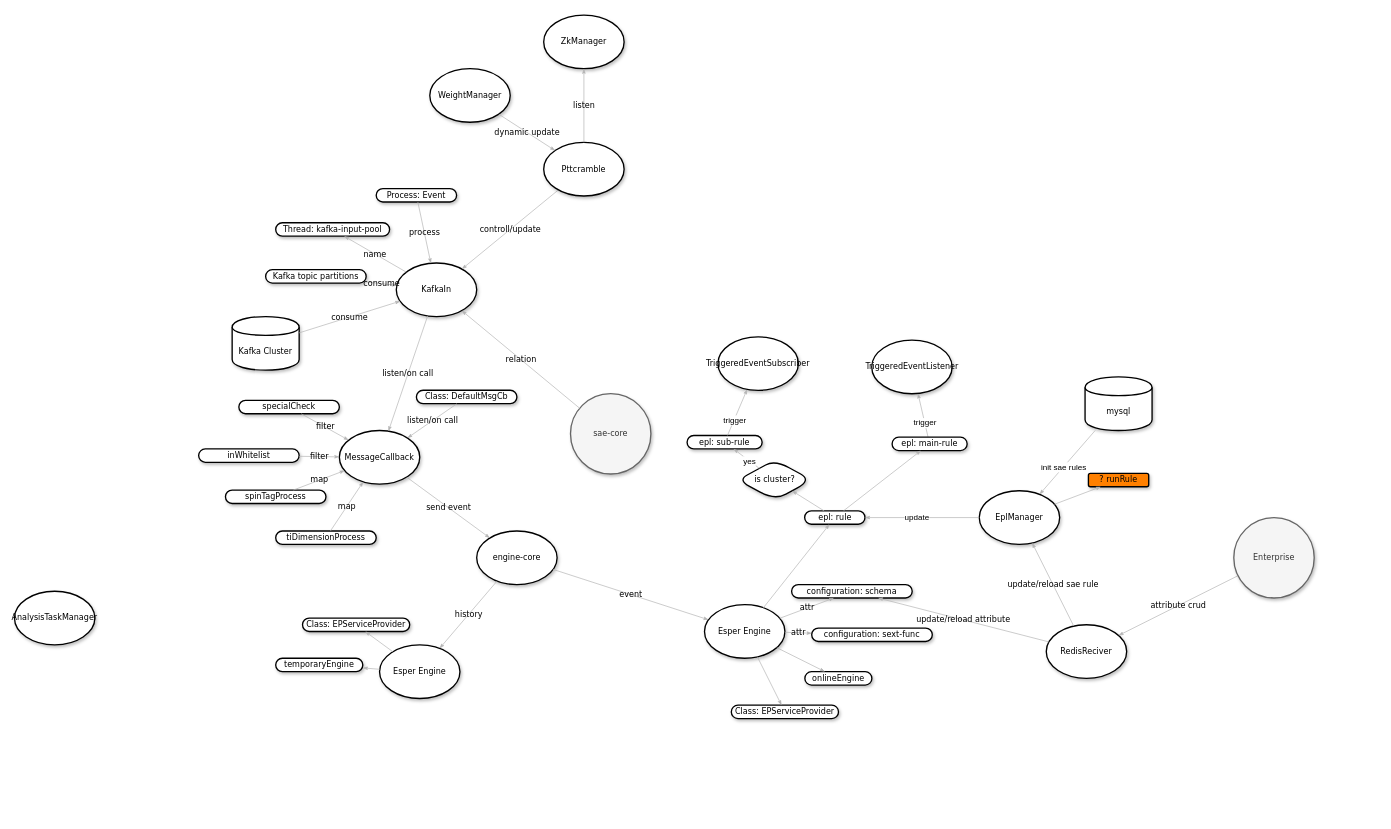
popvlovs/popvlovs-repository keeps this draw.io diagram as hansight-sae-core-concept.drawio. Above is the earlier version. Source tidied: cells renumbered, new cells numbered last; positions are measured from the earlier drawing's top-left corner, leaving out a move shared by most shapes. Both pictures are drawn from the tidied source at 67%, with x=0, y=0 at pixel (14, 15).
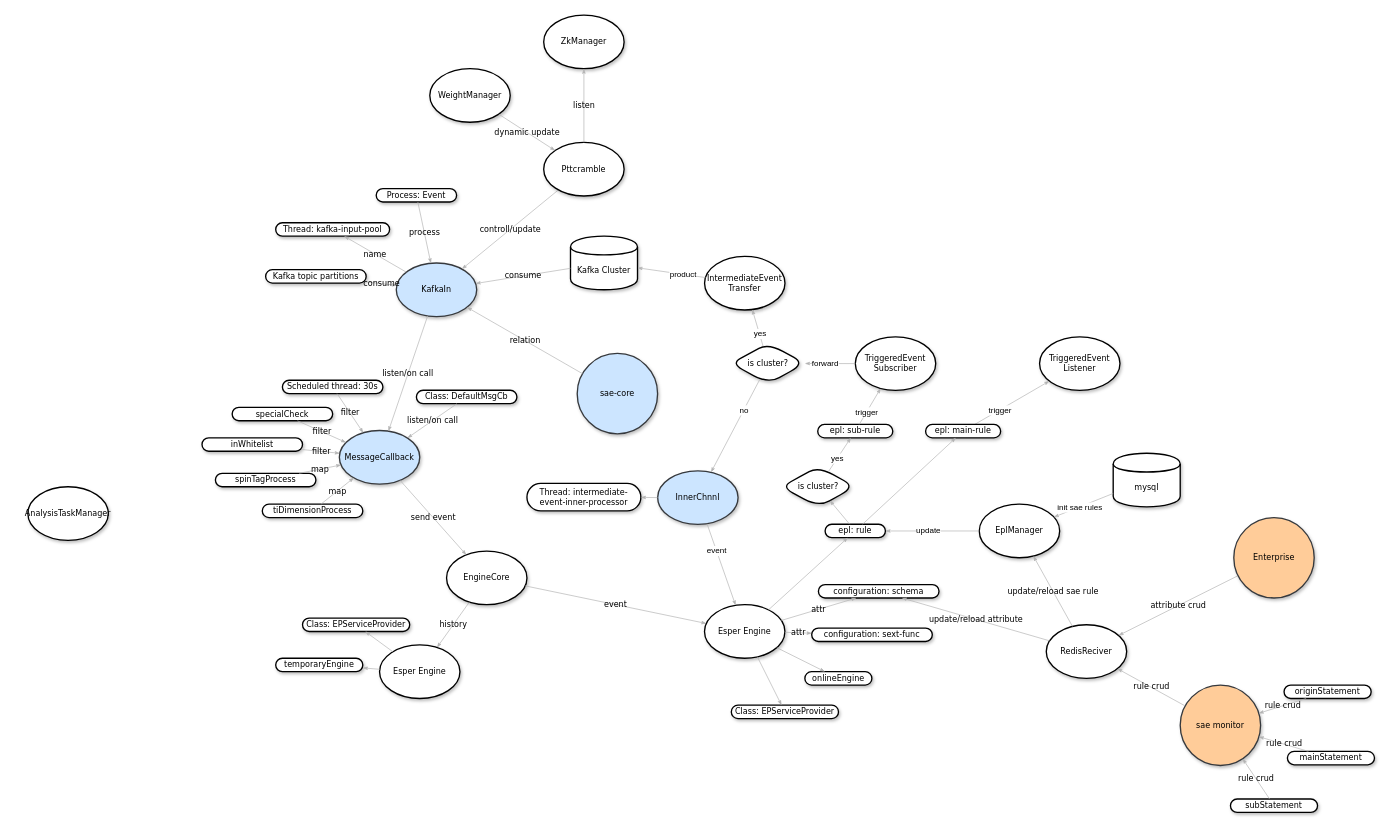
The same diagram, later.

The change refers to these unchanged cells:
```xml
<mxCell id="36" value="Esper Engine" style="ellipse;whiteSpace=wrap;html=1;rounded=1;shadow=1;comic=0;labelBackgroundColor=none;strokeColor=#000000;strokeWidth=2;fillColor=#FFFFFF;fontFamily=Verdana;fontSize=12;fontColor=#000000;align=center;" parent="1" vertex="1">
  <mxGeometry x="1030" y="880" width="120" height="80" as="geometry" />
</mxCell>
<mxCell id="46" value="RedisReciver" style="ellipse;whiteSpace=wrap;html=1;rounded=1;shadow=1;comic=0;labelBackgroundColor=none;strokeColor=#000000;strokeWidth=2;fillColor=#FFFFFF;fontFamily=Verdana;fontSize=12;fontColor=#000000;align=center;" parent="1" vertex="1">
  <mxGeometry x="1540.1" y="910" width="120" height="80" as="geometry" />
</mxCell>
```

Diff of the diagram source:
```diff
@@
-    <mxCell id="2" value="KafkaIn" style="ellipse;whiteSpace=wrap;html=1;rounded=1;shadow=1;comic=0;labelBackgroundColor=none;strokeColor=#000000;strokeWidth=2;fillColor=#FFFFFF;fontFamily=Verdana;fontSize=12;fontColor=#000000;align=center;" parent="1" vertex="1">
+    <mxCell id="2" value="KafkaIn" style="ellipse;whiteSpace=wrap;html=1;rounded=1;shadow=1;comic=0;labelBackgroundColor=none;strokeColor=#36393d;strokeWidth=2;fillColor=#cce5ff;fontFamily=Verdana;fontSize=12;align=center;" parent="1" vertex="1">
       <mxGeometry x="570" y="370" width="120" height="80" as="geometry" />
     </mxCell>
-    <mxCell id="3" value="sae-core&lt;br&gt;" style="ellipse;whiteSpace=wrap;html=1;rounded=1;shadow=1;comic=0;labelBackgroundColor=none;strokeColor=#666666;strokeWidth=2;fillColor=#f5f5f5;fontFamily=Verdana;fontSize=12;fontColor=#333333;align=center;" parent="1" vertex="1">
-      <mxGeometry x="830" y="565" width="120" height="120" as="geometry" />
+    <mxCell id="3" value="sae-core&lt;br&gt;" style="ellipse;whiteSpace=wrap;html=1;rounded=1;shadow=1;comic=0;labelBackgroundColor=none;strokeColor=#36393d;strokeWidth=2;fillColor=#cce5ff;fontFamily=Verdana;fontSize=12;align=center;" parent="1" vertex="1">
+      <mxGeometry x="840" y="505" width="120" height="120" as="geometry" />
     </mxCell>
@@
-    <mxCell id="10" value="MessageCallback" style="ellipse;whiteSpace=wrap;html=1;rounded=1;shadow=1;comic=0;labelBackgroundColor=none;strokeColor=#000000;strokeWidth=2;fillColor=#FFFFFF;fontFamily=Verdana;fontSize=12;fontColor=#000000;align=center;" parent="1" vertex="1">
+    <mxCell id="10" value="MessageCallback" style="ellipse;whiteSpace=wrap;html=1;rounded=1;shadow=1;comic=0;labelBackgroundColor=none;strokeColor=#36393d;strokeWidth=2;fillColor=#cce5ff;fontFamily=Verdana;fontSize=12;align=center;" parent="1" vertex="1">
       <mxGeometry x="485" y="620" width="120" height="80" as="geometry" />
     </mxCell>
@@
     <mxCell id="14" value="Kafka Cluster" style="shape=cylinder;whiteSpace=wrap;html=1;boundedLbl=1;backgroundOutline=1;rounded=1;shadow=1;fontFamily=Verdana;strokeWidth=2;fillColor=#FFFFFF;labelBackgroundColor=none;" parent="1" vertex="1">
-      <mxGeometry x="325" y="450" width="100" height="80" as="geometry" />
+      <mxGeometry x="830" y="330" width="100" height="80" as="geometry" />
     </mxCell>
@@
     <mxCell id="18" value="AnalysisTaskManager" style="ellipse;whiteSpace=wrap;html=1;rounded=1;shadow=1;comic=0;labelBackgroundColor=none;strokeColor=#000000;strokeWidth=2;fillColor=#FFFFFF;fontFamily=Verdana;fontSize=12;fontColor=#000000;align=center;" parent="1" vertex="1">
-      <mxGeometry x="0.1" y="860" width="120" height="80" as="geometry" />
+      <mxGeometry x="20.1" y="704" width="120" height="80" as="geometry" />
     </mxCell>
@@
-    <mxCell id="24" value="engine-core" style="ellipse;whiteSpace=wrap;html=1;rounded=1;shadow=1;comic=0;labelBackgroundColor=none;strokeColor=#000000;strokeWidth=2;fillColor=#FFFFFF;fontFamily=Verdana;fontSize=12;fontColor=#000000;align=center;" parent="1" vertex="1">
-      <mxGeometry x="690" y="770" width="120" height="80" as="geometry" />
+    <mxCell id="24" value="EngineCore" style="ellipse;whiteSpace=wrap;html=1;rounded=1;shadow=1;comic=0;labelBackgroundColor=none;strokeColor=#000000;strokeWidth=2;fillColor=#FFFFFF;fontFamily=Verdana;fontSize=12;fontColor=#000000;align=center;" parent="1" vertex="1">
+      <mxGeometry x="645" y="800" width="120" height="80" as="geometry" />
     </mxCell>
     <mxCell id="25" value="specialCheck&lt;br&gt;" style="whiteSpace=wrap;html=1;rounded=1;shadow=1;comic=0;labelBackgroundColor=none;strokeColor=#000000;strokeWidth=2;fillColor=#FFFFFF;fontFamily=Verdana;fontSize=12;fontColor=#000000;align=center;arcSize=50;" parent="1" vertex="1">
-      <mxGeometry x="335" y="575" width="150" height="20" as="geometry" />
+      <mxGeometry x="325" y="585.5" width="150" height="20" as="geometry" />
     </mxCell>
@@
     <mxCell id="27" value="inWhitelist&lt;br&gt;" style="whiteSpace=wrap;html=1;rounded=1;shadow=1;comic=0;labelBackgroundColor=none;strokeColor=#000000;strokeWidth=2;fillColor=#FFFFFF;fontFamily=Verdana;fontSize=12;fontColor=#000000;align=center;arcSize=50;" parent="1" vertex="1">
-      <mxGeometry x="275" y="647.5" width="150" height="20" as="geometry" />
+      <mxGeometry x="280" y="631" width="150" height="20" as="geometry" />
     </mxCell>
@@
     <mxCell id="29" value="spinTagProcess&lt;br&gt;" style="whiteSpace=wrap;html=1;rounded=1;shadow=1;comic=0;labelBackgroundColor=none;strokeColor=#000000;strokeWidth=2;fillColor=#FFFFFF;fontFamily=Verdana;fontSize=12;fontColor=#000000;align=center;arcSize=50;" parent="1" vertex="1">
-      <mxGeometry x="315" y="709" width="150" height="20" as="geometry" />
+      <mxGeometry x="300" y="684" width="150" height="20" as="geometry" />
     </mxCell>
@@
     <mxCell id="31" value="tiDimensionProcess&lt;br&gt;" style="whiteSpace=wrap;html=1;rounded=1;shadow=1;comic=0;labelBackgroundColor=none;strokeColor=#000000;strokeWidth=2;fillColor=#FFFFFF;fontFamily=Verdana;fontSize=12;fontColor=#000000;align=center;arcSize=50;" parent="1" vertex="1">
-      <mxGeometry x="390" y="770" width="150" height="20" as="geometry" />
+      <mxGeometry x="370" y="730" width="150" height="20" as="geometry" />
     </mxCell>
@@
     <mxCell id="44" value="&lt;span&gt;configuration: schema&lt;/span&gt;" style="whiteSpace=wrap;html=1;rounded=1;shadow=1;comic=0;labelBackgroundColor=none;strokeColor=#000000;strokeWidth=2;fillColor=#FFFFFF;fontFamily=Verdana;fontSize=12;fontColor=#000000;align=center;arcSize=50;" parent="1" vertex="1">
-      <mxGeometry x="1160" y="850" width="180" height="20" as="geometry" />
+      <mxGeometry x="1200" y="850" width="180" height="20" as="geometry" />
     </mxCell>
@@
-    <mxCell id="53" value="Enterprise&lt;br&gt;" style="ellipse;whiteSpace=wrap;html=1;rounded=1;shadow=1;comic=0;labelBackgroundColor=none;strokeColor=#666666;strokeWidth=2;fillColor=#f5f5f5;fontFamily=Verdana;fontSize=12;fontColor=#333333;align=center;" parent="1" vertex="1">
+    <mxCell id="53" value="Enterprise&lt;br&gt;" style="ellipse;whiteSpace=wrap;html=1;rounded=1;shadow=1;comic=0;labelBackgroundColor=none;strokeColor=#36393d;strokeWidth=2;fillColor=#ffcc99;fontFamily=Verdana;fontSize=12;align=center;" parent="1" vertex="1">
       <mxGeometry x="1820" y="750" width="120" height="120" as="geometry" />
     </mxCell>
     <mxCell id="54" value="&lt;span&gt;epl: rule&lt;/span&gt;" style="whiteSpace=wrap;html=1;rounded=1;shadow=1;comic=0;labelBackgroundColor=none;strokeColor=#000000;strokeWidth=2;fillColor=#FFFFFF;fontFamily=Verdana;fontSize=12;fontColor=#000000;align=center;arcSize=50;" parent="1" vertex="1">
-      <mxGeometry x="1179.5" y="740" width="90" height="20" as="geometry" />
+      <mxGeometry x="1210" y="760" width="90" height="20" as="geometry" />
     </mxCell>
@@
     <mxCell id="56" value="EplManager" style="ellipse;whiteSpace=wrap;html=1;rounded=1;shadow=1;comic=0;labelBackgroundColor=none;strokeColor=#000000;strokeWidth=2;fillColor=#FFFFFF;fontFamily=Verdana;fontSize=12;fontColor=#000000;align=center;" parent="1" vertex="1">
-      <mxGeometry x="1440.1" y="710" width="120" height="80" as="geometry" />
+      <mxGeometry x="1440.1" y="730" width="120" height="80" as="geometry" />
     </mxCell>
@@
     <mxCell id="60" value="mysql" style="shape=cylinder;whiteSpace=wrap;html=1;boundedLbl=1;backgroundOutline=1;rounded=1;shadow=1;fontFamily=Verdana;strokeWidth=2;fillColor=#FFFFFF;labelBackgroundColor=none;" parent="1" vertex="1">
-      <mxGeometry x="1598" y="540" width="100" height="80" as="geometry" />
+      <mxGeometry x="1640" y="654" width="100" height="80" as="geometry" />
     </mxCell>
@@
-    <mxCell id="63" value="TriggeredEventListener" style="ellipse;whiteSpace=wrap;html=1;rounded=1;shadow=1;comic=0;labelBackgroundColor=none;strokeColor=#000000;strokeWidth=2;fillColor=#FFFFFF;fontFamily=Verdana;fontSize=12;fontColor=#000000;align=center;" parent="1" vertex="1">
-      <mxGeometry x="1279.6" y="485.2" width="120" height="80" as="geometry" />
+    <mxCell id="63" value="TriggeredEvent&lt;br&gt;Listener" style="ellipse;whiteSpace=wrap;html=1;rounded=1;shadow=1;comic=0;labelBackgroundColor=none;strokeColor=#000000;strokeWidth=2;fillColor=#FFFFFF;fontFamily=Verdana;fontSize=12;fontColor=#000000;align=center;" parent="1" vertex="1">
+      <mxGeometry x="1530.1" y="480.2" width="120" height="80" as="geometry" />
     </mxCell>
-    <mxCell id="64" value="&lt;span&gt;? runRule&lt;/span&gt;" style="whiteSpace=wrap;html=1;rounded=1;shadow=1;comic=0;labelBackgroundColor=none;strokeColor=#000000;strokeWidth=2;fillColor=#FF8000;fontFamily=Verdana;fontSize=12;fontColor=#000000;align=center;" parent="1" vertex="1">
-      <mxGeometry x="1603" y="684" width="90" height="20" as="geometry" />
-    </mxCell>
-    <mxCell id="65" style="edgeStyle=none;rounded=1;html=1;labelBackgroundColor=none;startArrow=none;startFill=0;startSize=5;endArrow=classicThin;endFill=1;endSize=5;jettySize=auto;strokeColor=#B3B3B3;strokeWidth=1;fontFamily=Verdana;fontSize=12;fontColor=#000000;" parent="1" edge="1" source="56" target="64">
-      <mxGeometry relative="1" as="geometry" />
-    </mxCell>
@@
     <mxCell id="68" value="&lt;span&gt;epl: main-rule&lt;/span&gt;" style="whiteSpace=wrap;html=1;rounded=1;shadow=1;comic=0;labelBackgroundColor=none;strokeColor=#000000;strokeWidth=2;fillColor=#FFFFFF;fontFamily=Verdana;fontSize=12;fontColor=#000000;align=center;arcSize=50;" parent="1" vertex="1">
-      <mxGeometry x="1310" y="630" width="112" height="20" as="geometry" />
+      <mxGeometry x="1360" y="611" width="112" height="20" as="geometry" />
     </mxCell>
     <mxCell id="69" value="&lt;span&gt;epl: sub-rule&lt;/span&gt;" style="whiteSpace=wrap;html=1;rounded=1;shadow=1;comic=0;labelBackgroundColor=none;strokeColor=#000000;strokeWidth=2;fillColor=#FFFFFF;fontFamily=Verdana;fontSize=12;fontColor=#000000;align=center;arcSize=50;" parent="1" vertex="1">
-      <mxGeometry x="1004" y="627.5" width="112" height="20" as="geometry" />
+      <mxGeometry x="1199" y="611" width="112" height="20" as="geometry" />
     </mxCell>
     <mxCell id="70" value="is cluster?" style="rhombus;whiteSpace=wrap;html=1;fillColor=#FFFFFF;fontSize=12;rounded=1;shadow=1;fontFamily=Verdana;strokeWidth=2;labelBackgroundColor=none;arcSize=50;" parent="1" vertex="1">
-      <mxGeometry x="1080" y="664" width="110" height="60" as="geometry" />
+      <mxGeometry x="1145" y="674" width="110" height="60" as="geometry" />
     </mxCell>
@@
-    <mxCell id="75" value="TriggeredEventSubscriber" style="ellipse;whiteSpace=wrap;html=1;rounded=1;shadow=1;comic=0;labelBackgroundColor=none;strokeColor=#000000;strokeWidth=2;fillColor=#FFFFFF;fontFamily=Verdana;fontSize=12;fontColor=#000000;align=center;" parent="1" vertex="1">
-      <mxGeometry x="1050.1" y="480.2" width="120" height="80" as="geometry" />
+    <mxCell id="75" value="TriggeredEvent&lt;br&gt;Subscriber" style="ellipse;whiteSpace=wrap;html=1;rounded=1;shadow=1;comic=0;labelBackgroundColor=none;strokeColor=#000000;strokeWidth=2;fillColor=#FFFFFF;fontFamily=Verdana;fontSize=12;fontColor=#000000;align=center;" parent="1" vertex="1">
+      <mxGeometry x="1255.1" y="480.2" width="120" height="80" as="geometry" />
     </mxCell>
@@
+    <mxCell id="78" value="sae monitor&lt;br&gt;" style="ellipse;whiteSpace=wrap;html=1;rounded=1;shadow=1;comic=0;labelBackgroundColor=none;strokeColor=#36393d;strokeWidth=2;fillColor=#ffcc99;fontFamily=Verdana;fontSize=12;align=center;" parent="1" vertex="1">
+      <mxGeometry x="1740" y="1000" width="120" height="120" as="geometry" />
+    </mxCell>
+    <mxCell id="79" value="rule crud" style="edgeStyle=none;rounded=1;html=1;labelBackgroundColor=none;startArrow=none;startFill=0;startSize=5;endArrow=classicThin;endFill=1;endSize=5;jettySize=auto;strokeColor=#B3B3B3;strokeWidth=1;fontFamily=Verdana;fontSize=12;fontColor=#000000;" parent="1" edge="1" source="78" target="46">
+      <mxGeometry relative="1" as="geometry" />
+    </mxCell>
+    <mxCell id="80" value="IntermediateEvent&lt;br&gt;Transfer&lt;br&gt;" style="ellipse;whiteSpace=wrap;html=1;rounded=1;shadow=1;comic=0;labelBackgroundColor=none;strokeColor=#000000;strokeWidth=2;fillColor=#FFFFFF;fontFamily=Verdana;fontSize=12;fontColor=#000000;align=center;" parent="1" vertex="1">
+      <mxGeometry x="1030.1" y="360.2" width="120" height="80" as="geometry" />
+    </mxCell>
+    <mxCell id="81" style="edgeStyle=none;rounded=1;html=1;labelBackgroundColor=none;startArrow=none;startFill=0;startSize=5;endArrow=classicThin;endFill=1;endSize=5;jettySize=auto;strokeColor=#B3B3B3;strokeWidth=1;fontFamily=Verdana;fontSize=12;fontColor=#000000;" parent="1" edge="1" source="75" target="85">
+      <mxGeometry relative="1" as="geometry" />
+    </mxCell>
+    <mxCell id="82" value="forward" style="text;html=1;align=center;verticalAlign=middle;labelBackgroundColor=#ffffff;fontSize=12;" parent="81" vertex="1">
+      <mxGeometry x="-0.34" relative="1" as="geometry">
+        <mxPoint x="-21" as="offset" />
+      </mxGeometry>
+    </mxCell>
+    <mxCell id="83" style="edgeStyle=none;rounded=1;html=1;labelBackgroundColor=none;startArrow=none;startFill=0;startSize=5;endArrow=classicThin;endFill=1;endSize=5;jettySize=auto;strokeColor=#B3B3B3;strokeWidth=1;fontFamily=Verdana;fontSize=12;fontColor=#000000;" parent="1" edge="1" source="80" target="14">
+      <mxGeometry relative="1" as="geometry" />
+    </mxCell>
+    <mxCell id="84" value="product" style="text;html=1;align=center;verticalAlign=middle;labelBackgroundColor=#ffffff;fontSize=12;" parent="83" vertex="1">
+      <mxGeometry x="-0.34" relative="1" as="geometry" />
+    </mxCell>
+    <mxCell id="85" value="is cluster?" style="rhombus;whiteSpace=wrap;html=1;fillColor=#FFFFFF;fontSize=12;rounded=1;shadow=1;fontFamily=Verdana;strokeWidth=2;labelBackgroundColor=none;arcSize=50;" parent="1" vertex="1">
+      <mxGeometry x="1070" y="490" width="110" height="60" as="geometry" />
+    </mxCell>
+    <mxCell id="86" style="edgeStyle=none;rounded=1;html=1;labelBackgroundColor=none;startArrow=none;startFill=0;startSize=5;endArrow=classicThin;endFill=1;endSize=5;jettySize=auto;strokeColor=#B3B3B3;strokeWidth=1;fontFamily=Verdana;fontSize=12;fontColor=#000000;" parent="1" edge="1" source="85" target="80">
+      <mxGeometry relative="1" as="geometry" />
+    </mxCell>
+    <mxCell id="87" value="yes&lt;br&gt;" style="text;html=1;align=center;verticalAlign=middle;labelBackgroundColor=#ffffff;fontSize=12;" parent="86" vertex="1">
+      <mxGeometry x="-0.34" relative="1" as="geometry" />
+    </mxCell>
+    <mxCell id="88" value="InnerChnnl" style="ellipse;whiteSpace=wrap;html=1;rounded=1;shadow=1;comic=0;labelBackgroundColor=none;strokeColor=#36393d;strokeWidth=2;fillColor=#cce5ff;fontFamily=Verdana;fontSize=12;align=center;" parent="1" vertex="1">
+      <mxGeometry x="960.1" y="680.2" width="120" height="80" as="geometry" />
+    </mxCell>
+    <mxCell id="89" style="edgeStyle=none;rounded=1;html=1;labelBackgroundColor=none;startArrow=none;startFill=0;startSize=5;endArrow=classicThin;endFill=1;endSize=5;jettySize=auto;strokeColor=#B3B3B3;strokeWidth=1;fontFamily=Verdana;fontSize=12;fontColor=#000000;" parent="1" edge="1" source="85" target="88">
+      <mxGeometry relative="1" as="geometry" />
+    </mxCell>
+    <mxCell id="90" value="no&lt;br&gt;" style="text;html=1;align=center;verticalAlign=middle;labelBackgroundColor=#ffffff;fontSize=12;" parent="89" vertex="1">
+      <mxGeometry x="-0.34" relative="1" as="geometry" />
+    </mxCell>
+    <mxCell id="91" style="edgeStyle=none;rounded=1;html=1;labelBackgroundColor=none;startArrow=none;startFill=0;startSize=5;endArrow=classicThin;endFill=1;endSize=5;jettySize=auto;strokeColor=#B3B3B3;strokeWidth=1;fontFamily=Verdana;fontSize=12;fontColor=#000000;" parent="1" edge="1" source="88" target="36">
+      <mxGeometry relative="1" as="geometry" />
+    </mxCell>
+    <mxCell id="92" value="event" style="text;html=1;align=center;verticalAlign=middle;labelBackgroundColor=#ffffff;fontSize=12;" parent="91" vertex="1">
+      <mxGeometry x="-0.34" relative="1" as="geometry" />
+    </mxCell>
+    <mxCell id="93" value="&lt;span&gt;Thread:&amp;nbsp;&lt;/span&gt;&lt;span&gt;intermediate-event-inner-processor&lt;/span&gt;" style="whiteSpace=wrap;html=1;rounded=1;shadow=1;comic=0;labelBackgroundColor=none;strokeColor=#000000;strokeWidth=2;fillColor=#FFFFFF;fontFamily=Verdana;fontSize=12;fontColor=#000000;align=center;arcSize=50;" parent="1" vertex="1">
+      <mxGeometry x="765" y="699" width="170" height="41" as="geometry" />
+    </mxCell>
+    <mxCell id="94" style="edgeStyle=none;rounded=1;html=1;labelBackgroundColor=none;startArrow=none;startFill=0;startSize=5;endArrow=classicThin;endFill=1;endSize=5;jettySize=auto;strokeColor=#B3B3B3;strokeWidth=1;fontFamily=Verdana;fontSize=12;fontColor=#000000;" parent="1" edge="1" source="88" target="93">
+      <mxGeometry relative="1" as="geometry" />
+    </mxCell>
+    <mxCell id="95" value="mainStatement&lt;br&gt;" style="whiteSpace=wrap;html=1;rounded=1;shadow=1;comic=0;labelBackgroundColor=none;strokeColor=#000000;strokeWidth=2;fillColor=#FFFFFF;fontFamily=Verdana;fontSize=12;fontColor=#000000;align=center;arcSize=50;" parent="1" vertex="1">
+      <mxGeometry x="1900" y="1099" width="130" height="20" as="geometry" />
+    </mxCell>
+    <mxCell id="96" value="rule crud" style="edgeStyle=none;rounded=1;html=1;labelBackgroundColor=none;startArrow=none;startFill=0;startSize=5;endArrow=classicThin;endFill=1;endSize=5;jettySize=auto;strokeColor=#B3B3B3;strokeWidth=1;fontFamily=Verdana;fontSize=12;fontColor=#000000;" parent="1" edge="1" source="95" target="78">
+      <mxGeometry relative="1" as="geometry" />
+    </mxCell>
+    <mxCell id="97" value="subStatement&lt;br&gt;" style="whiteSpace=wrap;html=1;rounded=1;shadow=1;comic=0;labelBackgroundColor=none;strokeColor=#000000;strokeWidth=2;fillColor=#FFFFFF;fontFamily=Verdana;fontSize=12;fontColor=#000000;align=center;arcSize=50;" parent="1" vertex="1">
+      <mxGeometry x="1815" y="1170" width="130" height="20" as="geometry" />
+    </mxCell>
+    <mxCell id="98" value="rule crud" style="edgeStyle=none;rounded=1;html=1;labelBackgroundColor=none;startArrow=none;startFill=0;startSize=5;endArrow=classicThin;endFill=1;endSize=5;jettySize=auto;strokeColor=#B3B3B3;strokeWidth=1;fontFamily=Verdana;fontSize=12;fontColor=#000000;" parent="1" edge="1" source="97" target="78">
+      <mxGeometry relative="1" as="geometry" />
+    </mxCell>
+    <mxCell id="99" value="originStatement&lt;br&gt;" style="whiteSpace=wrap;html=1;rounded=1;shadow=1;comic=0;labelBackgroundColor=none;strokeColor=#000000;strokeWidth=2;fillColor=#FFFFFF;fontFamily=Verdana;fontSize=12;fontColor=#000000;align=center;arcSize=50;" parent="1" vertex="1">
+      <mxGeometry x="1895" y="1000" width="130" height="20" as="geometry" />
+    </mxCell>
+    <mxCell id="100" value="rule crud" style="edgeStyle=none;rounded=1;html=1;labelBackgroundColor=none;startArrow=none;startFill=0;startSize=5;endArrow=classicThin;endFill=1;endSize=5;jettySize=auto;strokeColor=#B3B3B3;strokeWidth=1;fontFamily=Verdana;fontSize=12;fontColor=#000000;" parent="1" edge="1" source="99" target="78">
+      <mxGeometry relative="1" as="geometry" />
+    </mxCell>
+    <mxCell id="101" value="Scheduled thread: 30s" style="whiteSpace=wrap;html=1;rounded=1;shadow=1;comic=0;labelBackgroundColor=none;strokeColor=#000000;strokeWidth=2;fillColor=#FFFFFF;fontFamily=Verdana;fontSize=12;fontColor=#000000;align=center;arcSize=50;" parent="1" vertex="1">
+      <mxGeometry x="400" y="545" width="150" height="20" as="geometry" />
+    </mxCell>
+    <mxCell id="102" value="filter" style="edgeStyle=none;rounded=1;html=1;labelBackgroundColor=none;startArrow=none;startFill=0;startSize=5;endArrow=classicThin;endFill=1;endSize=5;jettySize=auto;strokeColor=#B3B3B3;strokeWidth=1;fontFamily=Verdana;fontSize=12;fontColor=#000000;" parent="1" edge="1" source="101" target="10">
+      <mxGeometry relative="1" as="geometry" />
+    </mxCell>
```
